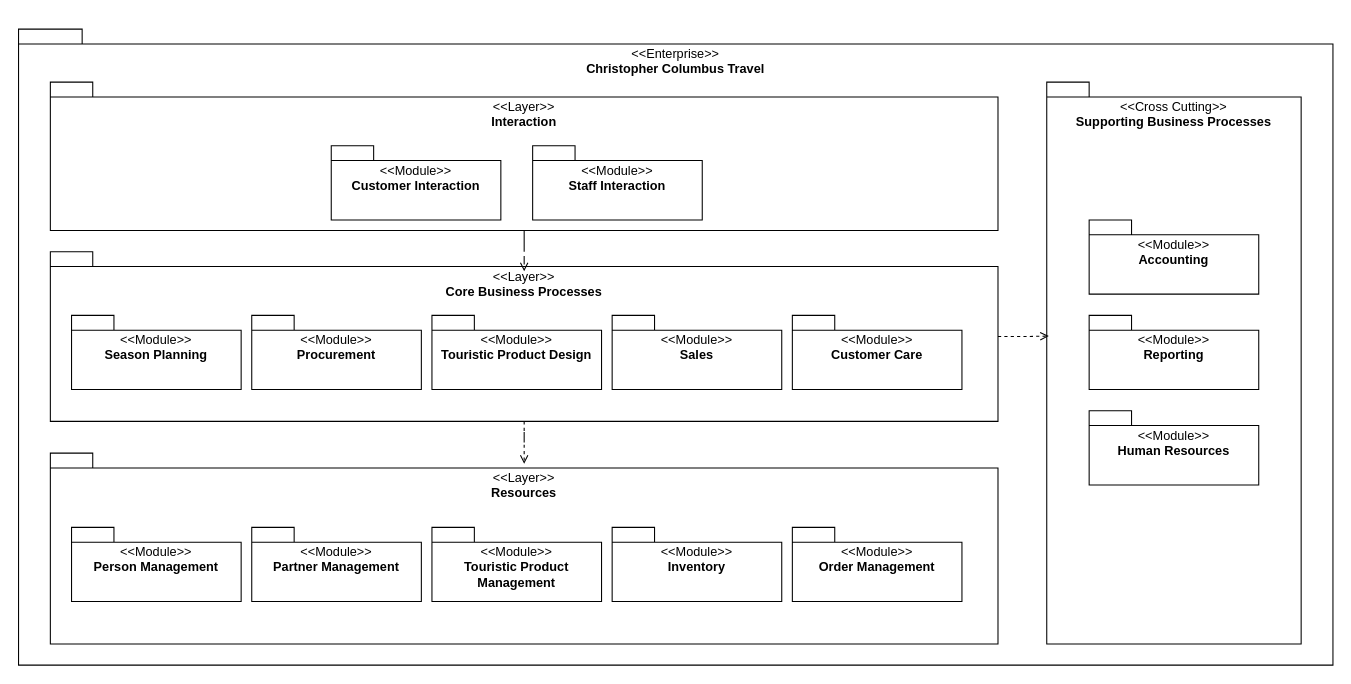
Before: docs/architecture/software-architecture/software-architecture.drawio in hochschule-darmstadt/a3se_app, a draw.io diagram. Source tidied: cells renumbered, new cells numbered last; positions are measured from the earlier drawing's top-left corner, leaving out a move shared by most shapes. Both pictures are drawn from the tidied source at 106%, with x=0, y=0 at pixel (18, 29).
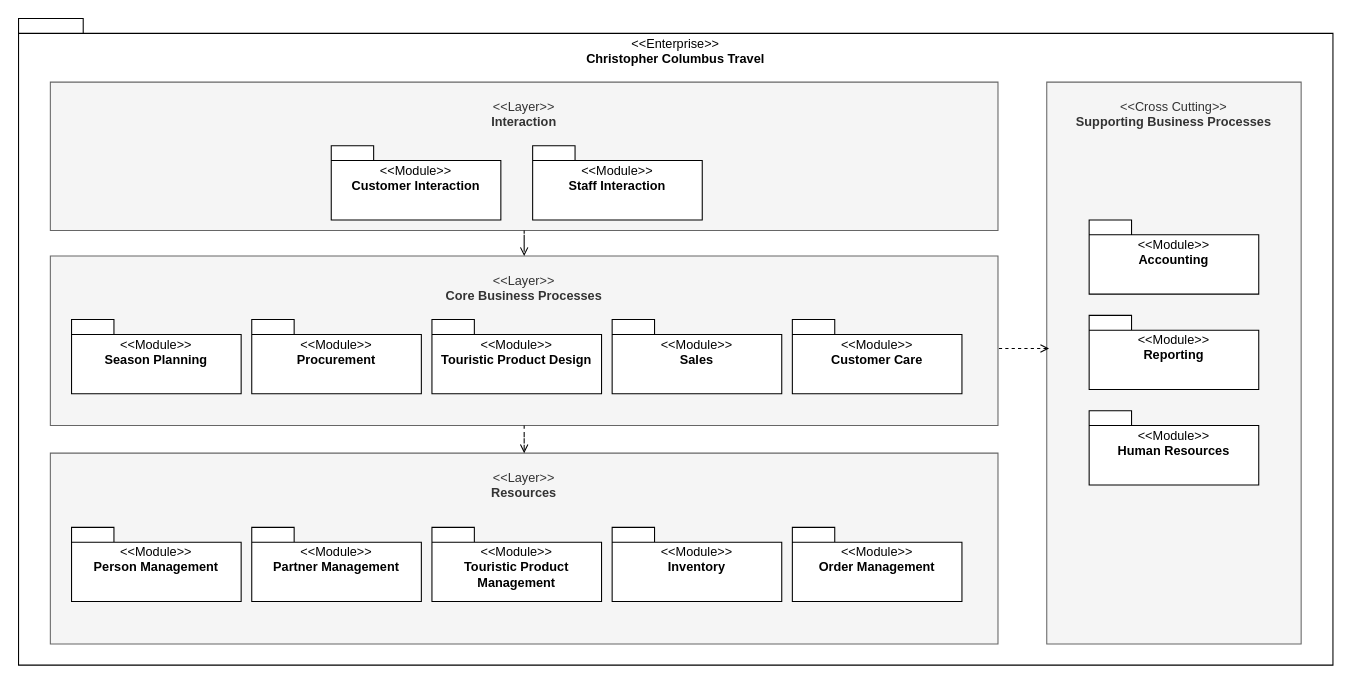
The same page after the edit.

Diff of the diagram source:
```diff
@@
     <mxCell id="2" value="&lt;span style=&quot;font-weight: normal;&quot;&gt;&amp;lt;&amp;lt;Enterprise&amp;gt;&amp;gt;&lt;/span&gt;&lt;div&gt;Chri&lt;span style=&quot;background-color: transparent; color: light-dark(rgb(0, 0, 0), rgb(255, 255, 255));&quot;&gt;stopher Columbus Travel&lt;/span&gt;&lt;/div&gt;" style="shape=folder;fontStyle=1;spacingTop=10;tabWidth=40;tabHeight=14;tabPosition=left;html=1;whiteSpace=wrap;align=center;verticalAlign=top;" parent="1" vertex="1">
-      <mxGeometry width="1240" height="600" as="geometry" />
+      <mxGeometry y="-10" width="1240" height="610" as="geometry" />
     </mxCell>
-    <mxCell id="3" value="&lt;span style=&quot;font-weight: normal;&quot;&gt;&amp;lt;&amp;lt;Layer&amp;gt;&amp;gt;&lt;/span&gt;&lt;div&gt;Interaction&lt;/div&gt;" style="shape=folder;fontStyle=1;spacingTop=10;tabWidth=40;tabHeight=14;tabPosition=left;html=1;whiteSpace=wrap;align=center;verticalAlign=top;" parent="1" vertex="1">
+    <mxCell id="3" value="&lt;span style=&quot;font-weight: normal;&quot;&gt;&amp;lt;&amp;lt;Layer&amp;gt;&amp;gt;&lt;/span&gt;&lt;div&gt;Interaction&lt;/div&gt;" style="shape=folder;fontStyle=1;spacingTop=10;tabWidth=40;tabHeight=0;tabPosition=left;html=1;whiteSpace=wrap;align=center;verticalAlign=top;fillColor=#f5f5f5;fontColor=#333333;strokeColor=#666666;" parent="1" vertex="1">
       <mxGeometry x="30" y="50" width="894" height="140" as="geometry" />
     </mxCell>
-    <mxCell id="4" value="&lt;span style=&quot;font-weight: normal;&quot;&gt;&amp;lt;&amp;lt;Layer&amp;gt;&amp;gt;&lt;/span&gt;&lt;div&gt;Core Business Processes&lt;/div&gt;" style="shape=folder;fontStyle=1;spacingTop=10;tabWidth=40;tabHeight=14;tabPosition=left;html=1;whiteSpace=wrap;align=center;verticalAlign=top;" parent="1" vertex="1">
-      <mxGeometry x="30" y="210" width="894" height="160" as="geometry" />
+    <mxCell id="4" value="&lt;span style=&quot;font-weight: normal;&quot;&gt;&amp;lt;&amp;lt;Layer&amp;gt;&amp;gt;&lt;/span&gt;&lt;div&gt;Core Business Processes&lt;/div&gt;" style="shape=folder;fontStyle=1;spacingTop=10;tabWidth=40;tabHeight=0;tabPosition=left;html=1;whiteSpace=wrap;align=center;verticalAlign=top;fillColor=#f5f5f5;fontColor=#333333;strokeColor=#666666;" parent="1" vertex="1">
+      <mxGeometry x="30" y="214" width="894" height="160" as="geometry" />
     </mxCell>
-    <mxCell id="5" value="&lt;span style=&quot;font-weight: normal;&quot;&gt;&amp;lt;&amp;lt;Layer&amp;gt;&amp;gt;&lt;/span&gt;&lt;div&gt;Resources&lt;/div&gt;" style="shape=folder;fontStyle=1;spacingTop=10;tabWidth=40;tabHeight=14;tabPosition=left;html=1;whiteSpace=wrap;align=center;verticalAlign=top;" parent="1" vertex="1">
+    <mxCell id="5" value="&lt;span style=&quot;font-weight: normal;&quot;&gt;&amp;lt;&amp;lt;Layer&amp;gt;&amp;gt;&lt;/span&gt;&lt;div&gt;Resources&lt;/div&gt;" style="shape=folder;fontStyle=1;spacingTop=10;tabWidth=50;tabHeight=0;tabPosition=left;html=1;whiteSpace=wrap;align=center;verticalAlign=top;fillColor=#f5f5f5;fontColor=#333333;strokeColor=#666666;" parent="1" vertex="1">
       <mxGeometry x="30" y="400" width="894" height="180" as="geometry" />
     </mxCell>
-    <mxCell id="6" value="&lt;span style=&quot;font-weight: normal;&quot;&gt;&amp;lt;&amp;lt;Cross Cutting&amp;gt;&amp;gt;&lt;/span&gt;&lt;div&gt;Supporting Business Processes&lt;/div&gt;" style="shape=folder;fontStyle=1;spacingTop=10;tabWidth=40;tabHeight=14;tabPosition=left;html=1;whiteSpace=wrap;align=center;verticalAlign=top;" parent="1" vertex="1">
+    <mxCell id="6" value="&lt;span style=&quot;font-weight: normal;&quot;&gt;&amp;lt;&amp;lt;Cross Cutting&amp;gt;&amp;gt;&lt;/span&gt;&lt;div&gt;Supporting Business Processes&lt;/div&gt;" style="shape=folder;fontStyle=1;spacingTop=10;tabWidth=30;tabHeight=0;tabPosition=left;html=1;whiteSpace=wrap;align=center;verticalAlign=top;fillColor=#f5f5f5;fontColor=#333333;strokeColor=#666666;" parent="1" vertex="1">
       <mxGeometry x="970" y="50" width="240" height="530" as="geometry" />
     </mxCell>
@@
     <mxCell id="9" value="&lt;span style=&quot;font-weight: normal;&quot;&gt;&amp;lt;&amp;lt;Module&amp;gt;&amp;gt;&lt;/span&gt;&lt;div&gt;Season&amp;nbsp;&lt;span style=&quot;background-color: transparent; color: light-dark(rgb(0, 0, 0), rgb(255, 255, 255));&quot;&gt;Planning&lt;/span&gt;&lt;/div&gt;" style="shape=folder;fontStyle=1;spacingTop=10;tabWidth=40;tabHeight=14;tabPosition=left;html=1;whiteSpace=wrap;align=center;verticalAlign=top;" parent="1" vertex="1">
-      <mxGeometry x="50" y="270" width="160" height="70" as="geometry" />
+      <mxGeometry x="50" y="274" width="160" height="70" as="geometry" />
     </mxCell>
     <mxCell id="10" value="&lt;span style=&quot;font-weight: normal;&quot;&gt;&amp;lt;&amp;lt;Module&amp;gt;&amp;gt;&lt;/span&gt;&lt;div&gt;Procurement&lt;/div&gt;" style="shape=folder;fontStyle=1;spacingTop=10;tabWidth=40;tabHeight=14;tabPosition=left;html=1;whiteSpace=wrap;align=center;verticalAlign=top;" parent="1" vertex="1">
-      <mxGeometry x="220" y="270" width="160" height="70" as="geometry" />
+      <mxGeometry x="220" y="274" width="160" height="70" as="geometry" />
     </mxCell>
     <mxCell id="11" value="&lt;span style=&quot;font-weight: normal;&quot;&gt;&amp;lt;&amp;lt;Module&amp;gt;&amp;gt;&lt;/span&gt;&lt;div&gt;Touristic Product Design&lt;/div&gt;" style="shape=folder;fontStyle=1;spacingTop=10;tabWidth=40;tabHeight=14;tabPosition=left;html=1;whiteSpace=wrap;align=center;verticalAlign=top;" parent="1" vertex="1">
-      <mxGeometry x="390" y="270" width="160" height="70" as="geometry" />
+      <mxGeometry x="390" y="274" width="160" height="70" as="geometry" />
     </mxCell>
     <mxCell id="12" value="&lt;span style=&quot;font-weight: normal;&quot;&gt;&amp;lt;&amp;lt;Module&amp;gt;&amp;gt;&lt;/span&gt;&lt;div&gt;Sales&lt;/div&gt;" style="shape=folder;fontStyle=1;spacingTop=10;tabWidth=40;tabHeight=14;tabPosition=left;html=1;whiteSpace=wrap;align=center;verticalAlign=top;" parent="1" vertex="1">
-      <mxGeometry x="560" y="270" width="160" height="70" as="geometry" />
+      <mxGeometry x="560" y="274" width="160" height="70" as="geometry" />
     </mxCell>
     <mxCell id="13" value="&lt;span style=&quot;font-weight: normal;&quot;&gt;&amp;lt;&amp;lt;Module&amp;gt;&amp;gt;&lt;/span&gt;&lt;div&gt;Customer Care&lt;/div&gt;" style="shape=folder;fontStyle=1;spacingTop=10;tabWidth=40;tabHeight=14;tabPosition=left;html=1;whiteSpace=wrap;align=center;verticalAlign=top;" parent="1" vertex="1">
-      <mxGeometry x="730" y="270" width="160" height="70" as="geometry" />
+      <mxGeometry x="730" y="274" width="160" height="70" as="geometry" />
     </mxCell>
@@
-    <mxCell id="22" style="edgeStyle=orthogonalEdgeStyle;rounded=0;jettySize=auto;html=1;entryX=0.5;entryY=0.115;entryDx=0;entryDy=0;entryPerimeter=0;dashed=1;dashPattern=8 8;endArrow=open;endFill=0;" parent="1" edge="1" source="3" target="4">
-      <mxGeometry relative="1" as="geometry" />
-    </mxCell>
-    <mxCell id="23" style="edgeStyle=orthogonalEdgeStyle;rounded=0;jettySize=auto;html=1;entryX=0.5;entryY=0.056;entryDx=0;entryDy=0;entryPerimeter=0;dashed=1;endArrow=open;endFill=0;" parent="1" edge="1" source="4" target="5">
+    <mxCell id="23" style="edgeStyle=orthogonalEdgeStyle;rounded=0;jettySize=auto;html=1;dashed=1;endArrow=open;endFill=0;" parent="1" edge="1" source="4" target="5">
       <mxGeometry relative="1" as="geometry" />
     </mxCell>
-    <mxCell id="24" style="edgeStyle=orthogonalEdgeStyle;rounded=0;jettySize=auto;html=1;entryX=0.008;entryY=0.452;entryDx=0;entryDy=0;entryPerimeter=0;dashed=1;endArrow=open;endFill=0;" parent="1" edge="1" source="4" target="6">
+    <mxCell id="24" style="edgeStyle=orthogonalEdgeStyle;rounded=0;jettySize=auto;html=1;entryX=0.009;entryY=0.474;entryDx=0;entryDy=0;entryPerimeter=0;dashed=1;endArrow=open;endFill=0;exitX=1.001;exitY=0.545;exitDx=0;exitDy=0;exitPerimeter=0;" parent="1" edge="1" source="4" target="6">
       <mxGeometry relative="1" as="geometry" />
     </mxCell>
+    <mxCell id="22" style="edgeStyle=orthogonalEdgeStyle;rounded=0;jettySize=auto;html=1;dashed=1;endArrow=open;endFill=0;exitX=0.5;exitY=1;exitDx=0;exitDy=0;exitPerimeter=0;" parent="1" edge="1" source="3" target="4">
+      <mxGeometry relative="1" as="geometry" />
+    </mxCell>
```
